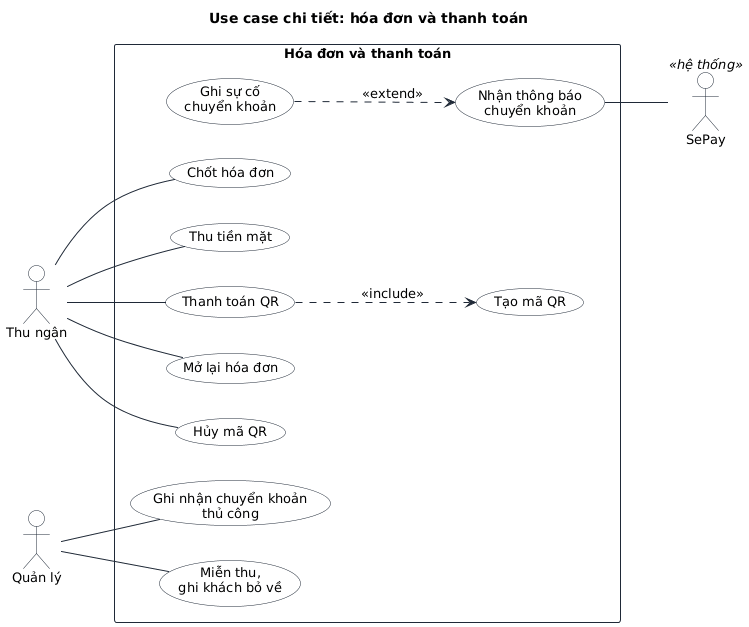
This is docs/bao-cao-ltnc/uml/uc-thanh-toan.png from Anpham120/restaurant-management-system, a PlantUML export, as it was before one commit.
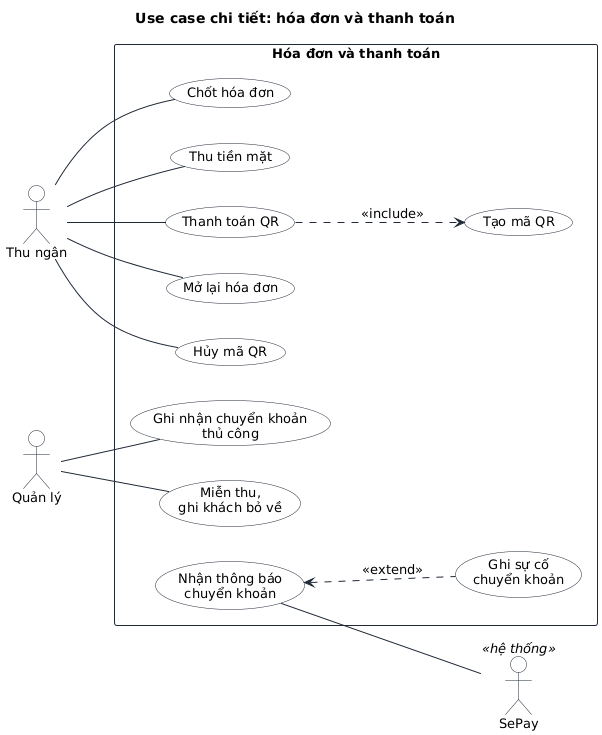
Later version of the same file.

What changed in the source:
```diff
@@ -26,5 +26,5 @@
 M -- P6
 P3 ..> P3a : <<include>>
 P4 -- S
-P4a ..> P4 : <<extend>>
+P4a .up.> P4 : <<extend>>
 @enduml
```
